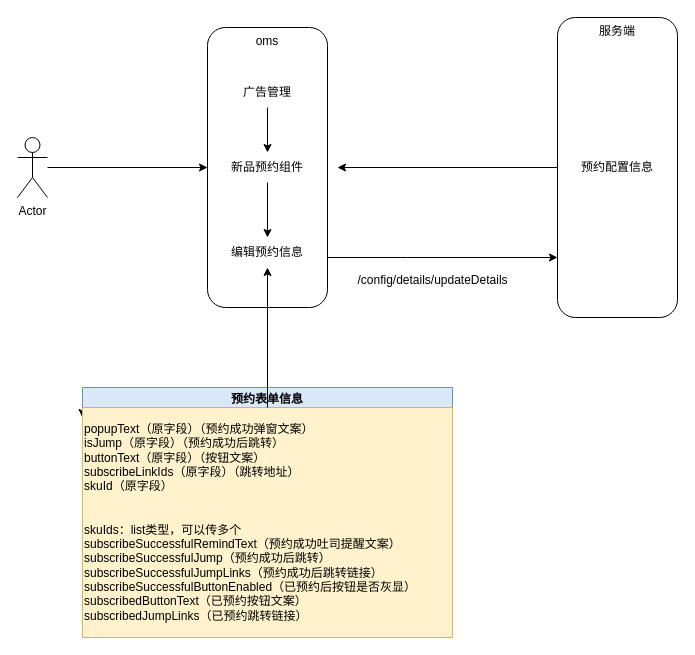
The draw.io diagram 新品预约迭代.drawio in BwinYang/bwinyang, before the edit. Source tidied: cells renumbered, new cells numbered last; positions are measured from the earlier drawing's top-left corner, leaving out a move shared by most shapes. Both pictures are drawn from the tidied source at 100%, with x=0, y=0 at pixel (17, 17).
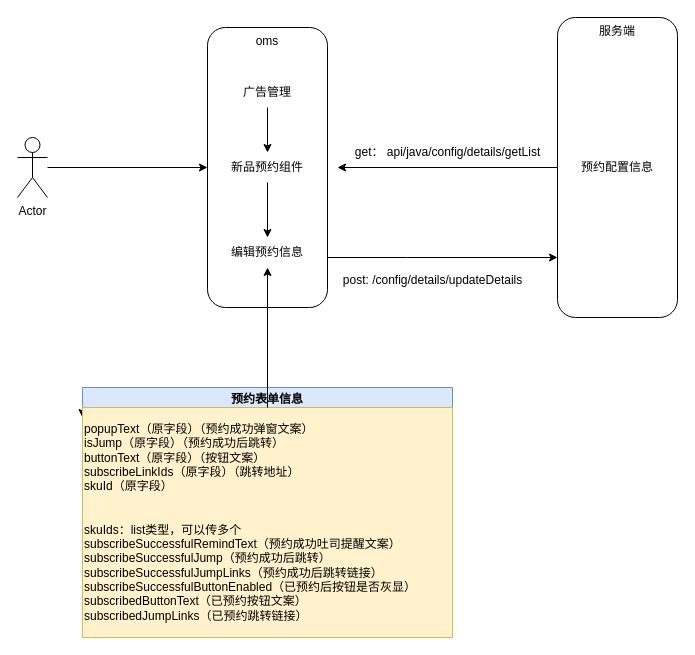
The same page after the edit.

Commit message:
更新新品预约迭代.drawio

The edit, as a diff of the source:
```diff
@@
-    <mxCell id="18" value="/config/details/updateDetails" style="text;html=1;align=center;verticalAlign=middle;strokeColor=none;fillColor=none;" parent="1" vertex="1">
-      <mxGeometry x="330" y="248" width="170" height="30" as="geometry" />
+    <mxCell id="18" value="post: /config/details/updateDetails" style="text;html=1;align=center;verticalAlign=middle;strokeColor=none;fillColor=none;" parent="1" vertex="1">
+      <mxGeometry x="315" y="248" width="200" height="30" as="geometry" />
     </mxCell>
+    <mxCell id="19" value="get： api/java/config/details/getList" style="text;html=1;align=center;verticalAlign=middle;strokeColor=none;fillColor=none;" parent="1" vertex="1">
+      <mxGeometry x="325" y="120" width="210" height="30" as="geometry" />
+    </mxCell>
```
